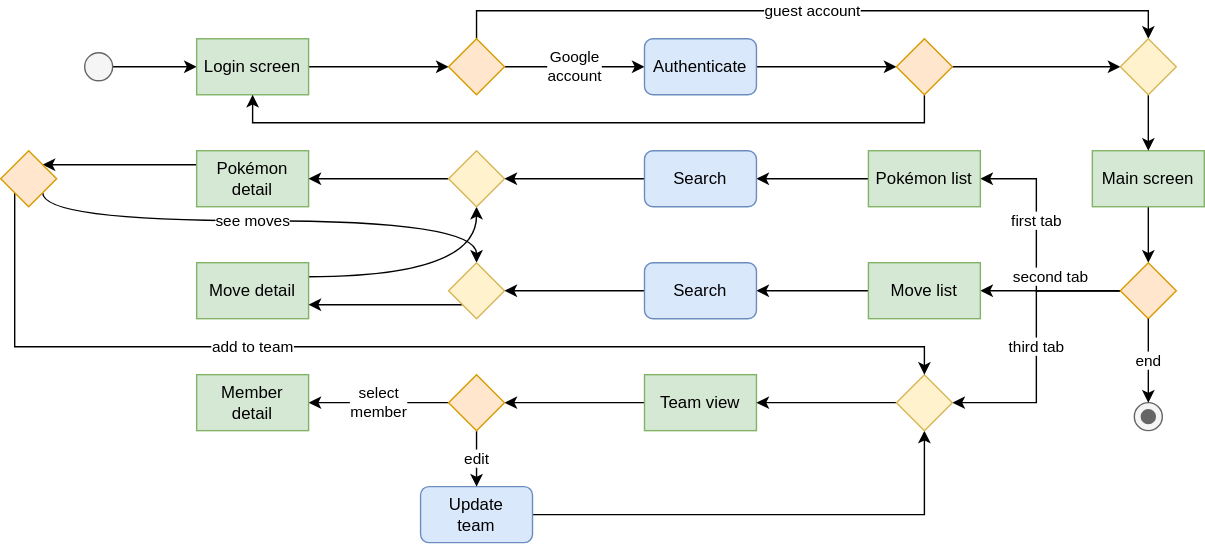
Before: assignments/proj_phase1/diagram1.svg, a diagram exported from draw.io (hanggrian/IIT-ITM555). Source tidied: cells renumbered, new cells last; positions are measured from the earlier drawing's top-left corner, leaving out a move shared by most shapes.
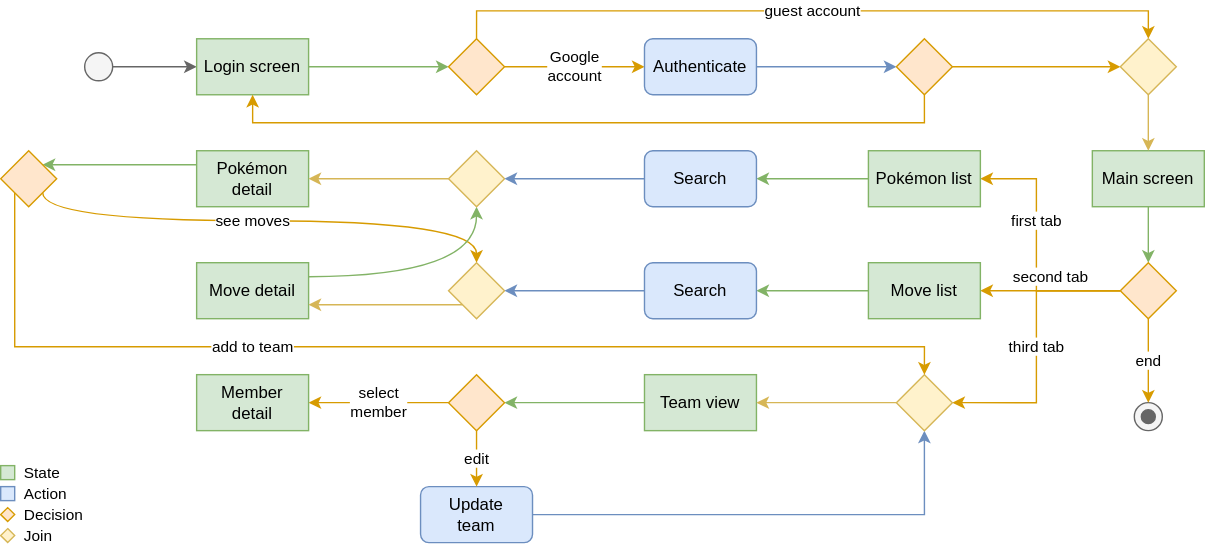
Above is the later version.

Commit message:
Add last diagram, completing phase 2 preparation

Diff of the diagram source:
```diff
@@ -4,3 +4,3 @@
     <mxCell id="1" parent="0" />
-    <mxCell id="2" value="see moves" style="edgeStyle=orthogonalEdgeStyle;rounded=0;jettySize=auto;html=1;exitX=1;exitY=1;exitDx=0;exitDy=0;entryX=0.5;entryY=0;entryDx=0;entryDy=0;curved=1;" parent="1" edge="1" source="49" target="34">
+    <mxCell id="2" value="see moves" style="edgeStyle=orthogonalEdgeStyle;rounded=0;jettySize=auto;html=1;exitX=1;exitY=1;exitDx=0;exitDy=0;entryX=0.5;entryY=0;entryDx=0;entryDy=0;curved=1;fillColor=#ffe6cc;strokeColor=#d79b00;" parent="1" edge="1" source="49" target="34">
       <mxGeometry x="-0.06" relative="1" as="geometry">
@@ -12,3 +12,3 @@
     </mxCell>
-    <mxCell id="3" style="edgeStyle=orthogonalEdgeStyle;rounded=0;jettySize=auto;html=1;exitX=1;exitY=0.5;exitDx=0;exitDy=0;entryX=0;entryY=0.5;entryDx=0;entryDy=0;" parent="1" edge="1" source="4" target="6">
+    <mxCell id="3" style="edgeStyle=orthogonalEdgeStyle;rounded=0;jettySize=auto;html=1;exitX=1;exitY=0.5;exitDx=0;exitDy=0;entryX=0;entryY=0.5;entryDx=0;entryDy=0;fillColor=#f5f5f5;strokeColor=#666666;" parent="1" edge="1" source="4" target="6">
       <mxGeometry relative="1" as="geometry" />
@@ -18,3 +18,3 @@
     </mxCell>
-    <mxCell id="5" style="edgeStyle=orthogonalEdgeStyle;rounded=0;jettySize=auto;html=1;exitX=1;exitY=0.5;exitDx=0;exitDy=0;entryX=0;entryY=0.5;entryDx=0;entryDy=0;" parent="1" edge="1" source="6" target="9">
+    <mxCell id="5" style="edgeStyle=orthogonalEdgeStyle;rounded=0;jettySize=auto;html=1;exitX=1;exitY=0.5;exitDx=0;exitDy=0;entryX=0;entryY=0.5;entryDx=0;entryDy=0;fillColor=#d5e8d4;strokeColor=#82b366;" parent="1" edge="1" source="6" target="9">
       <mxGeometry relative="1" as="geometry" />
@@ -24,6 +24,6 @@
     </mxCell>
-    <mxCell id="7" value="Google&lt;div&gt;account&lt;/div&gt;" style="edgeStyle=orthogonalEdgeStyle;rounded=0;jettySize=auto;html=1;exitX=1;exitY=0.5;exitDx=0;exitDy=0;entryX=0;entryY=0.5;entryDx=0;entryDy=0;" parent="1" edge="1" source="9" target="11">
+    <mxCell id="7" value="Google&lt;div&gt;account&lt;/div&gt;" style="edgeStyle=orthogonalEdgeStyle;rounded=0;jettySize=auto;html=1;exitX=1;exitY=0.5;exitDx=0;exitDy=0;entryX=0;entryY=0.5;entryDx=0;entryDy=0;fillColor=#ffe6cc;strokeColor=#d79b00;" parent="1" edge="1" source="9" target="11">
       <mxGeometry relative="1" as="geometry" />
     </mxCell>
-    <mxCell id="8" value="guest account" style="edgeStyle=orthogonalEdgeStyle;rounded=0;jettySize=auto;html=1;exitX=0.5;exitY=0;exitDx=0;exitDy=0;entryX=0.5;entryY=0;entryDx=0;entryDy=0;" parent="1" edge="1" source="9" target="18">
+    <mxCell id="8" value="guest account" style="edgeStyle=orthogonalEdgeStyle;rounded=0;jettySize=auto;html=1;exitX=0.5;exitY=0;exitDx=0;exitDy=0;entryX=0.5;entryY=0;entryDx=0;entryDy=0;fillColor=#ffe6cc;strokeColor=#d79b00;" parent="1" edge="1" source="9" target="18">
       <mxGeometry relative="1" as="geometry" />
@@ -33,3 +33,3 @@
     </mxCell>
-    <mxCell id="10" style="edgeStyle=orthogonalEdgeStyle;rounded=0;jettySize=auto;html=1;exitX=1;exitY=0.5;exitDx=0;exitDy=0;entryX=0;entryY=0.5;entryDx=0;entryDy=0;" parent="1" edge="1" source="11" target="14">
+    <mxCell id="10" style="edgeStyle=orthogonalEdgeStyle;rounded=0;jettySize=auto;html=1;exitX=1;exitY=0.5;exitDx=0;exitDy=0;entryX=0;entryY=0.5;entryDx=0;entryDy=0;fillColor=#dae8fc;strokeColor=#6c8ebf;" parent="1" edge="1" source="11" target="14">
       <mxGeometry relative="1" as="geometry" />
@@ -39,6 +39,6 @@
     </mxCell>
-    <mxCell id="12" style="edgeStyle=orthogonalEdgeStyle;rounded=0;jettySize=auto;html=1;exitX=1;exitY=0.5;exitDx=0;exitDy=0;entryX=0;entryY=0.5;entryDx=0;entryDy=0;" parent="1" edge="1" source="14" target="18">
+    <mxCell id="12" style="edgeStyle=orthogonalEdgeStyle;rounded=0;jettySize=auto;html=1;exitX=1;exitY=0.5;exitDx=0;exitDy=0;entryX=0;entryY=0.5;entryDx=0;entryDy=0;fillColor=#ffe6cc;strokeColor=#d79b00;" parent="1" edge="1" source="14" target="18">
       <mxGeometry relative="1" as="geometry" />
     </mxCell>
-    <mxCell id="13" style="edgeStyle=orthogonalEdgeStyle;rounded=0;jettySize=auto;html=1;exitX=0.5;exitY=1;exitDx=0;exitDy=0;entryX=0.5;entryY=1;entryDx=0;entryDy=0;" parent="1" edge="1" source="14" target="6">
+    <mxCell id="13" style="edgeStyle=orthogonalEdgeStyle;rounded=0;jettySize=auto;html=1;exitX=0.5;exitY=1;exitDx=0;exitDy=0;entryX=0.5;entryY=1;entryDx=0;entryDy=0;fillColor=#ffe6cc;strokeColor=#d79b00;" parent="1" edge="1" source="14" target="6">
       <mxGeometry relative="1" as="geometry" />
@@ -48,3 +48,3 @@
     </mxCell>
-    <mxCell id="15" style="edgeStyle=orthogonalEdgeStyle;rounded=0;jettySize=auto;html=1;exitX=0.5;exitY=1;exitDx=0;exitDy=0;entryX=0.5;entryY=0;entryDx=0;entryDy=0;" parent="1" edge="1" source="16" target="22">
+    <mxCell id="15" style="edgeStyle=orthogonalEdgeStyle;rounded=0;jettySize=auto;html=1;exitX=0.5;exitY=1;exitDx=0;exitDy=0;entryX=0.5;entryY=0;entryDx=0;entryDy=0;fillColor=#d5e8d4;strokeColor=#82b366;" parent="1" edge="1" source="16" target="22">
       <mxGeometry relative="1" as="geometry" />
@@ -54,3 +54,3 @@
     </mxCell>
-    <mxCell id="17" style="edgeStyle=orthogonalEdgeStyle;rounded=0;jettySize=auto;html=1;exitX=0.5;exitY=1;exitDx=0;exitDy=0;entryX=0.5;entryY=0;entryDx=0;entryDy=0;" parent="1" edge="1" source="18" target="16">
+    <mxCell id="17" style="edgeStyle=orthogonalEdgeStyle;rounded=0;jettySize=auto;html=1;exitX=0.5;exitY=1;exitDx=0;exitDy=0;entryX=0.5;entryY=0;entryDx=0;entryDy=0;fillColor=#fff2cc;strokeColor=#d6b656;" parent="1" edge="1" source="18" target="16">
       <mxGeometry relative="1" as="geometry" />
@@ -60,3 +60,3 @@
     </mxCell>
-    <mxCell id="19" value="first tab" style="edgeStyle=orthogonalEdgeStyle;rounded=0;jettySize=auto;html=1;exitX=0;exitY=0.5;exitDx=0;exitDy=0;entryX=1;entryY=0.5;entryDx=0;entryDy=0;" parent="1" edge="1" source="22" target="24">
+    <mxCell id="19" value="first tab" style="edgeStyle=orthogonalEdgeStyle;rounded=0;jettySize=auto;html=1;exitX=0;exitY=0.5;exitDx=0;exitDy=0;entryX=1;entryY=0.5;entryDx=0;entryDy=0;fillColor=#ffe6cc;strokeColor=#d79b00;" parent="1" edge="1" source="22" target="24">
       <mxGeometry x="0.22" relative="1" as="geometry">
@@ -68,6 +68,6 @@
     </mxCell>
-    <mxCell id="20" value="second tab" style="edgeStyle=orthogonalEdgeStyle;rounded=0;jettySize=auto;html=1;exitX=0;exitY=0.5;exitDx=0;exitDy=0;entryX=1;entryY=0.5;entryDx=0;entryDy=0;" parent="1" edge="1" source="22" target="26">
+    <mxCell id="20" value="second tab" style="edgeStyle=orthogonalEdgeStyle;rounded=0;jettySize=auto;html=1;exitX=0;exitY=0.5;exitDx=0;exitDy=0;entryX=1;entryY=0.5;entryDx=0;entryDy=0;fillColor=#ffe6cc;strokeColor=#d79b00;" parent="1" edge="1" source="22" target="26">
       <mxGeometry y="-10" relative="1" as="geometry" />
     </mxCell>
-    <mxCell id="21" value="third tab" style="edgeStyle=orthogonalEdgeStyle;rounded=0;jettySize=auto;html=1;exitX=0;exitY=0.5;exitDx=0;exitDy=0;entryX=1;entryY=0.5;entryDx=0;entryDy=0;" parent="1" edge="1" source="22" target="44">
+    <mxCell id="21" value="third tab" style="edgeStyle=orthogonalEdgeStyle;rounded=0;jettySize=auto;html=1;exitX=0;exitY=0.5;exitDx=0;exitDy=0;entryX=1;entryY=0.5;entryDx=0;entryDy=0;fillColor=#ffe6cc;strokeColor=#d79b00;" parent="1" edge="1" source="22" target="44">
       <mxGeometry relative="1" as="geometry" />
@@ -77,3 +77,3 @@
     </mxCell>
-    <mxCell id="23" style="edgeStyle=orthogonalEdgeStyle;rounded=0;jettySize=auto;html=1;exitX=0;exitY=0.5;exitDx=0;exitDy=0;entryX=1;entryY=0.5;entryDx=0;entryDy=0;" parent="1" edge="1" source="24" target="38">
+    <mxCell id="23" style="edgeStyle=orthogonalEdgeStyle;rounded=0;jettySize=auto;html=1;exitX=0;exitY=0.5;exitDx=0;exitDy=0;entryX=1;entryY=0.5;entryDx=0;entryDy=0;fillColor=#d5e8d4;strokeColor=#82b366;" parent="1" edge="1" source="24" target="38">
       <mxGeometry relative="1" as="geometry" />
@@ -83,3 +83,3 @@
     </mxCell>
-    <mxCell id="25" style="edgeStyle=orthogonalEdgeStyle;rounded=0;jettySize=auto;html=1;exitX=0;exitY=0.5;exitDx=0;exitDy=0;entryX=1;entryY=0.5;entryDx=0;entryDy=0;" parent="1" edge="1" source="26" target="40">
+    <mxCell id="25" style="edgeStyle=orthogonalEdgeStyle;rounded=0;jettySize=auto;html=1;exitX=0;exitY=0.5;exitDx=0;exitDy=0;entryX=1;entryY=0.5;entryDx=0;entryDy=0;fillColor=#d5e8d4;strokeColor=#82b366;" parent="1" edge="1" source="26" target="40">
       <mxGeometry relative="1" as="geometry" />
@@ -89,3 +89,3 @@
     </mxCell>
-    <mxCell id="27" style="edgeStyle=orthogonalEdgeStyle;rounded=0;jettySize=auto;html=1;exitX=0;exitY=0.25;exitDx=0;exitDy=0;entryX=1;entryY=0;entryDx=0;entryDy=0;" parent="1" edge="1" source="28" target="49">
+    <mxCell id="27" style="edgeStyle=orthogonalEdgeStyle;rounded=0;jettySize=auto;html=1;exitX=0;exitY=0.25;exitDx=0;exitDy=0;entryX=1;entryY=0;entryDx=0;entryDy=0;fillColor=#d5e8d4;strokeColor=#82b366;" parent="1" edge="1" source="28" target="49">
       <mxGeometry relative="1" as="geometry" />
@@ -95,3 +95,3 @@
     </mxCell>
-    <mxCell id="29" style="edgeStyle=orthogonalEdgeStyle;rounded=0;jettySize=auto;html=1;exitX=1;exitY=0.25;exitDx=0;exitDy=0;entryX=0.5;entryY=1;entryDx=0;entryDy=0;curved=1;" parent="1" edge="1" source="30" target="32">
+    <mxCell id="29" style="edgeStyle=orthogonalEdgeStyle;rounded=0;jettySize=auto;html=1;exitX=1;exitY=0.25;exitDx=0;exitDy=0;entryX=0.5;entryY=1;entryDx=0;entryDy=0;curved=1;fillColor=#d5e8d4;strokeColor=#82b366;" parent="1" edge="1" source="30" target="32">
       <mxGeometry relative="1" as="geometry" />
@@ -101,3 +101,3 @@
     </mxCell>
-    <mxCell id="31" style="edgeStyle=orthogonalEdgeStyle;rounded=0;jettySize=auto;html=1;exitX=0;exitY=0.5;exitDx=0;exitDy=0;entryX=1;entryY=0.5;entryDx=0;entryDy=0;" parent="1" edge="1" source="32" target="28">
+    <mxCell id="31" style="edgeStyle=orthogonalEdgeStyle;rounded=0;jettySize=auto;html=1;exitX=0;exitY=0.5;exitDx=0;exitDy=0;entryX=1;entryY=0.5;entryDx=0;entryDy=0;fillColor=#fff2cc;strokeColor=#d6b656;" parent="1" edge="1" source="32" target="28">
       <mxGeometry relative="1" as="geometry" />
@@ -107,3 +107,3 @@
     </mxCell>
-    <mxCell id="33" style="edgeStyle=orthogonalEdgeStyle;rounded=0;jettySize=auto;html=1;exitX=0;exitY=1;exitDx=0;exitDy=0;entryX=1;entryY=0.75;entryDx=0;entryDy=0;" parent="1" edge="1" source="34" target="30">
+    <mxCell id="33" style="edgeStyle=orthogonalEdgeStyle;rounded=0;jettySize=auto;html=1;exitX=0;exitY=1;exitDx=0;exitDy=0;entryX=1;entryY=0.75;entryDx=0;entryDy=0;fillColor=#fff2cc;strokeColor=#d6b656;" parent="1" edge="1" source="34" target="30">
       <mxGeometry relative="1" as="geometry" />
@@ -113,3 +113,3 @@
     </mxCell>
-    <mxCell id="35" style="edgeStyle=orthogonalEdgeStyle;rounded=0;jettySize=auto;html=1;exitX=0;exitY=0.5;exitDx=0;exitDy=0;entryX=1;entryY=0.5;entryDx=0;entryDy=0;" parent="1" edge="1" source="36" target="47">
+    <mxCell id="35" style="edgeStyle=orthogonalEdgeStyle;rounded=0;jettySize=auto;html=1;exitX=0;exitY=0.5;exitDx=0;exitDy=0;entryX=1;entryY=0.5;entryDx=0;entryDy=0;fillColor=#d5e8d4;strokeColor=#82b366;" parent="1" edge="1" source="36" target="47">
       <mxGeometry relative="1" as="geometry" />
@@ -119,3 +119,3 @@
     </mxCell>
-    <mxCell id="37" style="edgeStyle=orthogonalEdgeStyle;rounded=0;jettySize=auto;html=1;exitX=0;exitY=0.5;exitDx=0;exitDy=0;entryX=1;entryY=0.5;entryDx=0;entryDy=0;" parent="1" edge="1" source="38" target="32">
+    <mxCell id="37" style="edgeStyle=orthogonalEdgeStyle;rounded=0;jettySize=auto;html=1;exitX=0;exitY=0.5;exitDx=0;exitDy=0;entryX=1;entryY=0.5;entryDx=0;entryDy=0;fillColor=#dae8fc;strokeColor=#6c8ebf;" parent="1" edge="1" source="38" target="32">
       <mxGeometry relative="1" as="geometry" />
@@ -125,3 +125,3 @@
     </mxCell>
-    <mxCell id="39" style="edgeStyle=orthogonalEdgeStyle;rounded=0;jettySize=auto;html=1;exitX=0;exitY=0.5;exitDx=0;exitDy=0;entryX=1;entryY=0.5;entryDx=0;entryDy=0;" parent="1" edge="1" source="40" target="34">
+    <mxCell id="39" style="edgeStyle=orthogonalEdgeStyle;rounded=0;jettySize=auto;html=1;exitX=0;exitY=0.5;exitDx=0;exitDy=0;entryX=1;entryY=0.5;entryDx=0;entryDy=0;fillColor=#dae8fc;strokeColor=#6c8ebf;" parent="1" edge="1" source="40" target="34">
       <mxGeometry relative="1" as="geometry" />
@@ -131,3 +131,3 @@
     </mxCell>
-    <mxCell id="41" style="edgeStyle=orthogonalEdgeStyle;rounded=0;jettySize=auto;html=1;exitX=1;exitY=0.5;exitDx=0;exitDy=0;entryX=0.5;entryY=1;entryDx=0;entryDy=0;" parent="1" edge="1" source="42" target="44">
+    <mxCell id="41" style="edgeStyle=orthogonalEdgeStyle;rounded=0;jettySize=auto;html=1;exitX=1;exitY=0.5;exitDx=0;exitDy=0;entryX=0.5;entryY=1;entryDx=0;entryDy=0;fillColor=#dae8fc;strokeColor=#6c8ebf;" parent="1" edge="1" source="42" target="44">
       <mxGeometry relative="1" as="geometry" />
@@ -137,3 +137,3 @@
     </mxCell>
-    <mxCell id="43" style="edgeStyle=orthogonalEdgeStyle;rounded=0;jettySize=auto;html=1;exitX=0;exitY=0.5;exitDx=0;exitDy=0;entryX=1;entryY=0.5;entryDx=0;entryDy=0;" parent="1" edge="1" source="44" target="36">
+    <mxCell id="43" style="edgeStyle=orthogonalEdgeStyle;rounded=0;jettySize=auto;html=1;exitX=0;exitY=0.5;exitDx=0;exitDy=0;entryX=1;entryY=0.5;entryDx=0;entryDy=0;fillColor=#fff2cc;strokeColor=#d6b656;" parent="1" edge="1" source="44" target="36">
       <mxGeometry relative="1" as="geometry" />
@@ -143,6 +143,6 @@
     </mxCell>
-    <mxCell id="45" value="select&lt;div&gt;member&lt;/div&gt;" style="edgeStyle=orthogonalEdgeStyle;rounded=0;jettySize=auto;html=1;exitX=0;exitY=0.5;exitDx=0;exitDy=0;entryX=1;entryY=0.5;entryDx=0;entryDy=0;" parent="1" edge="1" source="47" target="50">
+    <mxCell id="45" value="select&lt;div&gt;member&lt;/div&gt;" style="edgeStyle=orthogonalEdgeStyle;rounded=0;jettySize=auto;html=1;exitX=0;exitY=0.5;exitDx=0;exitDy=0;entryX=1;entryY=0.5;entryDx=0;entryDy=0;fillColor=#ffe6cc;strokeColor=#d79b00;" parent="1" edge="1" source="47" target="50">
       <mxGeometry relative="1" as="geometry" />
     </mxCell>
-    <mxCell id="46" value="edit" style="edgeStyle=orthogonalEdgeStyle;rounded=0;jettySize=auto;html=1;exitX=0.5;exitY=1;exitDx=0;exitDy=0;entryX=0.5;entryY=0;entryDx=0;entryDy=0;" parent="1" edge="1" source="47" target="42">
+    <mxCell id="46" value="edit" style="edgeStyle=orthogonalEdgeStyle;rounded=0;jettySize=auto;html=1;exitX=0.5;exitY=1;exitDx=0;exitDy=0;entryX=0.5;entryY=0;entryDx=0;entryDy=0;fillColor=#ffe6cc;strokeColor=#d79b00;" parent="1" edge="1" source="47" target="42">
       <mxGeometry relative="1" as="geometry" />
@@ -152,3 +152,3 @@
     </mxCell>
-    <mxCell id="48" value="add to team" style="edgeStyle=orthogonalEdgeStyle;rounded=0;jettySize=auto;html=1;exitX=0;exitY=1;exitDx=0;exitDy=0;entryX=0.5;entryY=0;entryDx=0;entryDy=0;" parent="1" edge="1" source="49" target="44">
+    <mxCell id="48" value="add to team" style="edgeStyle=orthogonalEdgeStyle;rounded=0;jettySize=auto;html=1;exitX=0;exitY=1;exitDx=0;exitDy=0;entryX=0.5;entryY=0;entryDx=0;entryDy=0;fillColor=#ffe6cc;strokeColor=#d79b00;" parent="1" edge="1" source="49" target="44">
       <mxGeometry x="-0.28" relative="1" as="geometry">
@@ -169,5 +169,29 @@
     </mxCell>
-    <mxCell id="52" value="end" style="edgeStyle=orthogonalEdgeStyle;rounded=0;jettySize=auto;html=1;exitX=0.5;exitY=1;exitDx=0;exitDy=0;entryX=0.5;entryY=0;entryDx=0;entryDy=0;entryPerimeter=0;" parent="1" edge="1" source="22" target="51">
+    <mxCell id="52" value="end" style="edgeStyle=orthogonalEdgeStyle;rounded=0;jettySize=auto;html=1;exitX=0.5;exitY=1;exitDx=0;exitDy=0;entryX=0.5;entryY=0;entryDx=0;entryDy=0;entryPerimeter=0;fillColor=#ffe6cc;strokeColor=#d79b00;" parent="1" edge="1" source="22" target="51">
       <mxGeometry relative="1" as="geometry" />
     </mxCell>
+    <mxCell id="53" style="rhombus;whiteSpace=wrap;html=1;fillColor=#ffe6cc;strokeColor=#d79b00;align=left;spacingLeft=0;" parent="1" vertex="1">
+      <mxGeometry y="335" width="10" height="10" as="geometry" />
+    </mxCell>
+    <mxCell id="54" style="rhombus;whiteSpace=wrap;html=1;fillColor=#fff2cc;strokeColor=#d6b656;align=left;spacingLeft=0;" parent="1" vertex="1">
+      <mxGeometry y="350" width="10" height="10" as="geometry" />
+    </mxCell>
+    <mxCell id="55" style="rounded=0;whiteSpace=wrap;html=1;fillColor=#dae8fc;strokeColor=#6c8ebf;align=left;spacingLeft=0;" parent="1" vertex="1">
+      <mxGeometry y="320" width="10" height="10" as="geometry" />
+    </mxCell>
+    <mxCell id="56" style="rounded=0;whiteSpace=wrap;html=1;fillColor=#d5e8d4;strokeColor=#82b366;align=left;spacingLeft=0;" parent="1" vertex="1">
+      <mxGeometry y="305" width="10" height="10" as="geometry" />
+    </mxCell>
+    <mxCell id="57" value="State" style="text;html=1;align=left;verticalAlign=middle;whiteSpace=wrap;rounded=0;fontSize=11;" parent="1" vertex="1">
+      <mxGeometry x="15" y="305" width="60" height="10" as="geometry" />
+    </mxCell>
+    <mxCell id="58" value="Action" style="text;html=1;align=left;verticalAlign=middle;whiteSpace=wrap;rounded=0;fontSize=11;" parent="1" vertex="1">
+      <mxGeometry x="15" y="320" width="60" height="10" as="geometry" />
+    </mxCell>
+    <mxCell id="59" value="Decision" style="text;html=1;align=left;verticalAlign=middle;whiteSpace=wrap;rounded=0;fontSize=11;" parent="1" vertex="1">
+      <mxGeometry x="15" y="335" width="60" height="10" as="geometry" />
+    </mxCell>
+    <mxCell id="60" value="Join" style="text;html=1;align=left;verticalAlign=middle;whiteSpace=wrap;rounded=0;fontSize=11;" parent="1" vertex="1">
+      <mxGeometry x="15" y="350" width="60" height="10" as="geometry" />
+    </mxCell>
   </root>
```
